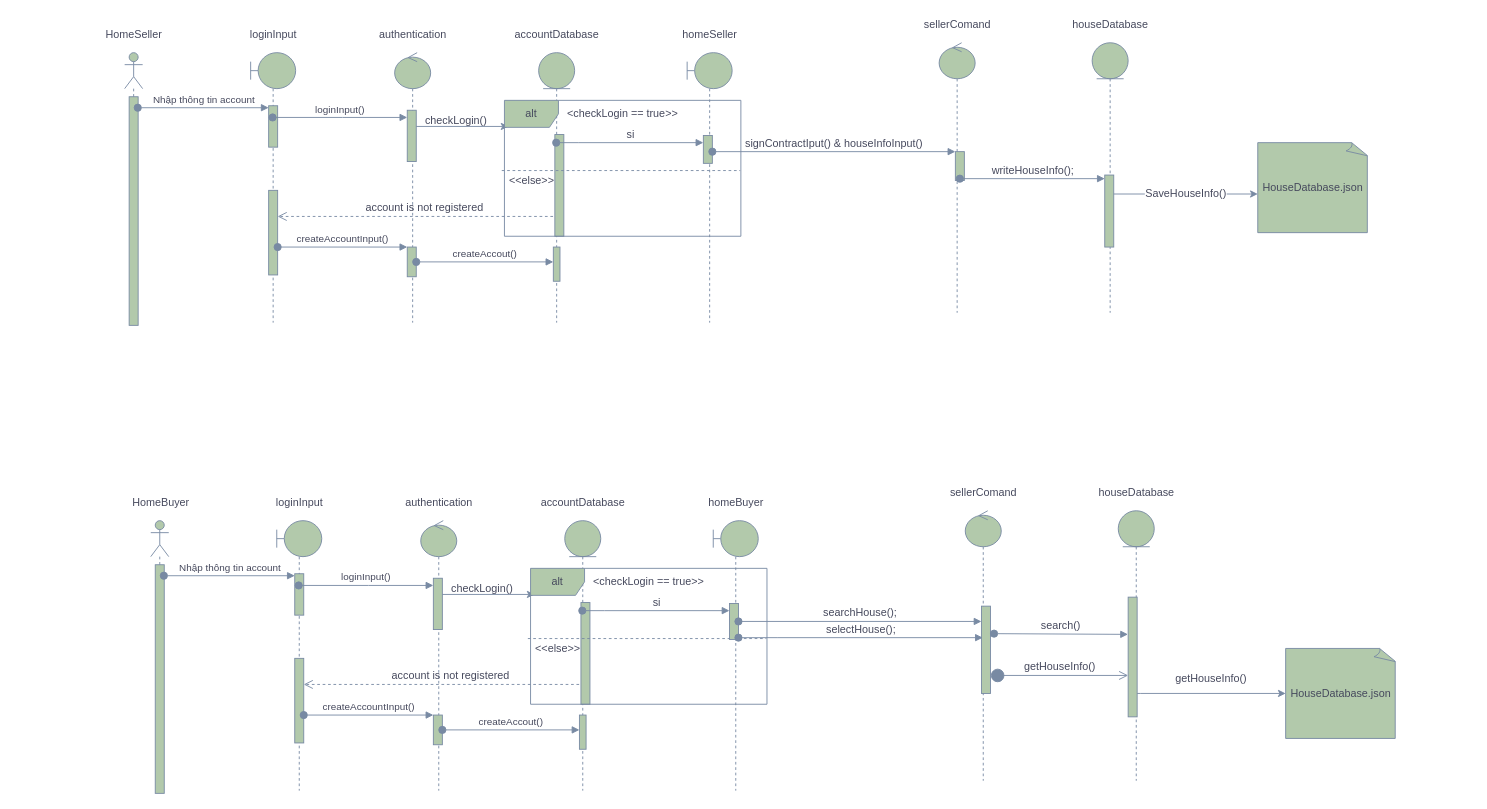
Before: page "Sequence Diagram" (2 of 2) of Class and Sequence Diagrams/Lab1.2.drawio in ChauThanhTam2004110023/ChauThanhTam2004110023-SE_K14DCPM02, a draw.io diagram. Source tidied: cells renumbered, new cells numbered last; positions are measured from the earlier drawing's top-left corner, leaving out a move shared by most shapes. Both pictures are drawn from the tidied source at 90%, with x=0, y=0 at pixel (97, 15).
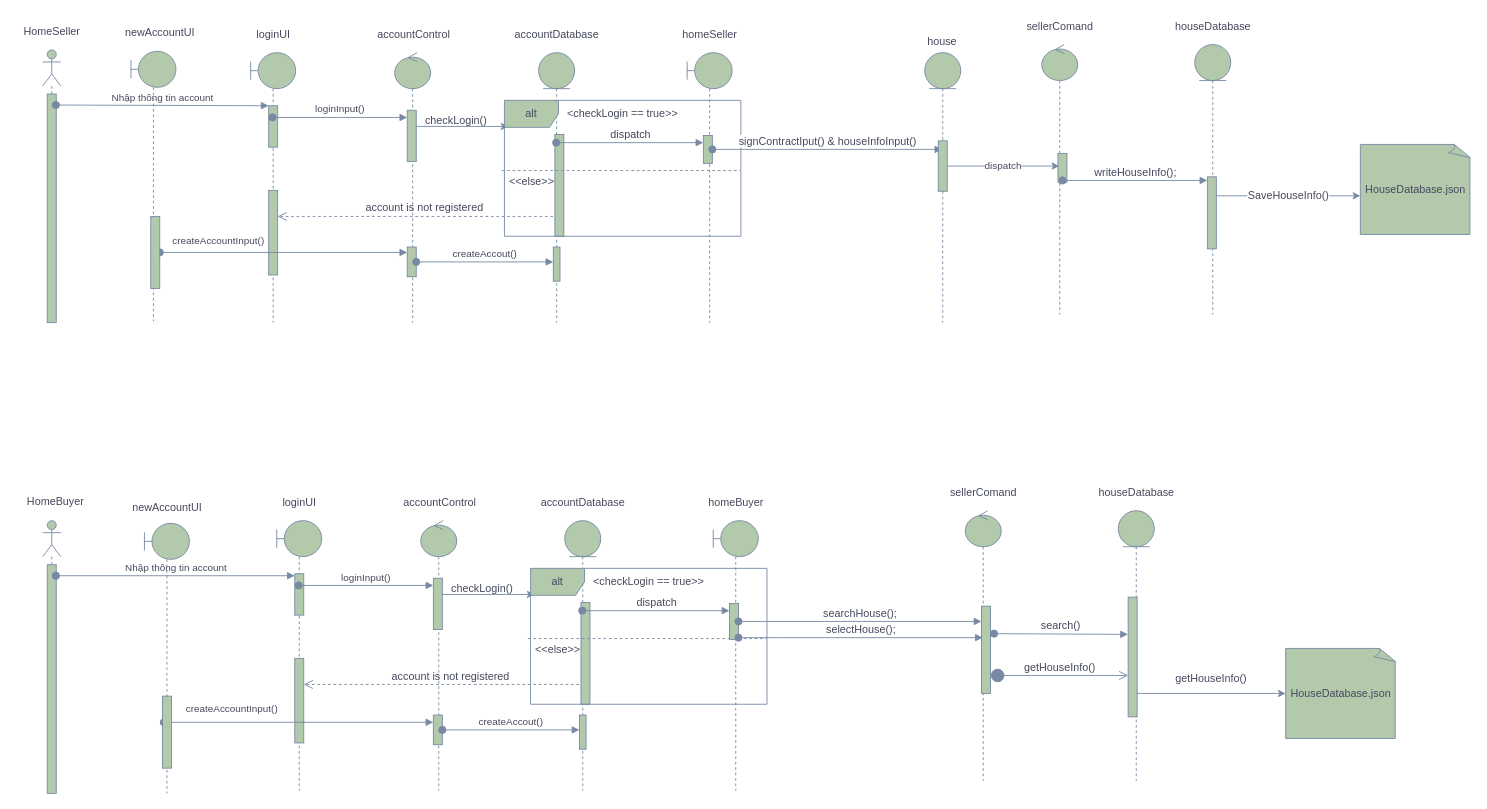
After the change.

The change refers to these unchanged cells:
```xml
<mxCell id="7" style="html=1;points=[];perimeter=orthogonalPerimeter;fillColor=#B2C9AB;strokeColor=#788AA3;fontColor=#46495D;" parent="5" vertex="1">
  <mxGeometry x="20" y="153" width="10" height="94" as="geometry" />
</mxCell>
<mxCell id="11" style="html=1;points=[];perimeter=orthogonalPerimeter;fillColor=#B2C9AB;strokeColor=#788AA3;fontColor=#46495D;" parent="9" vertex="1">
  <mxGeometry x="14" y="216" width="10" height="33" as="geometry" />
</mxCell>
<mxCell id="16" style="html=1;points=[];perimeter=orthogonalPerimeter;fontFamily=Helvetica;fontSize=12;fontColor=#46495D;strokeColor=#788AA3;fillColor=#B2C9AB;" parent="15" vertex="1">
  <mxGeometry x="18" y="121" width="10" height="32" as="geometry" />
</mxCell>
<mxCell id="19" style="html=1;points=[];perimeter=orthogonalPerimeter;fontFamily=Helvetica;fontSize=12;fontColor=#46495D;strokeColor=#788AA3;fillColor=#B2C9AB;" parent="18" vertex="1">
  <mxGeometry x="14" y="147" width="10" height="80" as="geometry" />
</mxCell>
<mxCell id="21" style="shape=umlLifeline;participant=umlEntity;perimeter=lifelinePerimeter;whiteSpace=wrap;html=1;verticalAlign=top;spacingTop=36;outlineConnect=0;fillColor=#B2C9AB;strokeColor=#788AA3;fontColor=#46495D;" parent="1" vertex="1">
  <mxGeometry x="490" y="41" width="40" height="300" as="geometry" />
</mxCell>
<mxCell id="40" style="html=1;points=[];perimeter=orthogonalPerimeter;fontFamily=Helvetica;fontSize=12;fontColor=#46495D;strokeColor=#788AA3;fillColor=#B2C9AB;" parent="37" vertex="1">
  <mxGeometry x="221" y="39" width="10" height="31" as="geometry" />
</mxCell>
<mxCell id="51" style="html=1;points=[];perimeter=orthogonalPerimeter;fillColor=#B2C9AB;strokeColor=#788AA3;fontColor=#46495D;" parent="49" vertex="1">
  <mxGeometry x="20" y="153" width="10" height="94" as="geometry" />
</mxCell>
<mxCell id="55" style="html=1;points=[];perimeter=orthogonalPerimeter;fillColor=#B2C9AB;strokeColor=#788AA3;fontColor=#46495D;" parent="53" vertex="1">
  <mxGeometry x="14" y="216" width="10" height="33" as="geometry" />
</mxCell>
<mxCell id="65" style="shape=umlLifeline;participant=umlEntity;perimeter=lifelinePerimeter;whiteSpace=wrap;html=1;verticalAlign=top;spacingTop=36;outlineConnect=0;fillColor=#B2C9AB;strokeColor=#788AA3;fontColor=#46495D;" parent="1" vertex="1">
  <mxGeometry x="519" y="561" width="40" height="300" as="geometry" />
</mxCell>
<mxCell id="84" style="html=1;points=[];perimeter=orthogonalPerimeter;fontFamily=Helvetica;fontSize=12;fontColor=#46495D;strokeColor=#788AA3;fillColor=#B2C9AB;" parent="81" vertex="1">
  <mxGeometry x="221" y="39" width="10" height="40" as="geometry" />
</mxCell>
```

The edit, as a diff of the source:
```diff
@@
     <mxCell id="2" style="shape=umlLifeline;participant=umlActor;perimeter=lifelinePerimeter;whiteSpace=wrap;html=1;verticalAlign=top;spacingTop=36;fillColor=#B2C9AB;strokeColor=#788AA3;fontColor=#46495D;" parent="1" vertex="1">
-      <mxGeometry x="30" y="41" width="20" height="303" as="geometry" />
+      <mxGeometry x="-61" y="38" width="20" height="303" as="geometry" />
     </mxCell>
@@
     <mxCell id="4" value="HomeSeller" style="text;html=1;align=center;verticalAlign=middle;strokeColor=none;fillColor=none;fontColor=#46495D;" parent="1" vertex="1">
-      <mxGeometry y="11" width="80" height="20" as="geometry" />
+      <mxGeometry x="-91" y="8" width="80" height="20" as="geometry" />
     </mxCell>
@@
-    <mxCell id="8" value="loginInput" style="text;html=1;align=center;verticalAlign=middle;strokeColor=none;fillColor=none;fontColor=#46495D;" parent="1" vertex="1">
-      <mxGeometry x="160" y="11" width="70" height="20" as="geometry" />
+    <mxCell id="8" value="loginUI" style="text;html=1;align=center;verticalAlign=middle;strokeColor=none;fillColor=none;fontColor=#46495D;" parent="1" vertex="1">
+      <mxGeometry x="171" y="12" width="48" height="18" as="geometry" />
     </mxCell>
@@
-    <mxCell id="12" value="authentication" style="text;html=1;align=center;verticalAlign=middle;strokeColor=none;fillColor=none;fontColor=#46495D;" parent="1" vertex="1">
-      <mxGeometry x="305" y="11" width="90" height="20" as="geometry" />
+    <mxCell id="12" value="accountControl" style="text;html=1;align=center;verticalAlign=middle;strokeColor=none;fillColor=none;fontColor=#46495D;" parent="1" vertex="1">
+      <mxGeometry x="305" y="12" width="91" height="18" as="geometry" />
     </mxCell>
@@
     <mxCell id="15" style="shape=umlLifeline;participant=umlControl;perimeter=lifelinePerimeter;whiteSpace=wrap;html=1;verticalAlign=top;spacingTop=36;outlineConnect=0;fillColor=#B2C9AB;strokeColor=#788AA3;fontColor=#46495D;" parent="1" vertex="1">
-      <mxGeometry x="935" y="30" width="40" height="300" as="geometry" />
+      <mxGeometry x="1049" y="32" width="40" height="300" as="geometry" />
     </mxCell>
@@
     <mxCell id="17" value="sellerComand" style="text;html=1;align=center;verticalAlign=middle;strokeColor=none;fillColor=none;fontColor=#46495D;" parent="1" vertex="1">
-      <mxGeometry x="910" width="90" height="20" as="geometry" />
+      <mxGeometry x="1024" y="2" width="90" height="20" as="geometry" />
     </mxCell>
     <mxCell id="18" style="shape=umlLifeline;participant=umlEntity;perimeter=lifelinePerimeter;whiteSpace=wrap;html=1;verticalAlign=top;spacingTop=36;fillColor=#B2C9AB;strokeColor=#788AA3;fontColor=#46495D;" parent="1" vertex="1">
-      <mxGeometry x="1105" y="30" width="40" height="300" as="geometry" />
+      <mxGeometry x="1219" y="32" width="40" height="300" as="geometry" />
     </mxCell>
@@
     <mxCell id="20" value="houseDatabase" style="text;html=1;align=center;verticalAlign=middle;strokeColor=none;fillColor=none;fontColor=#46495D;" parent="1" vertex="1">
-      <mxGeometry x="1075" width="100" height="20" as="geometry" />
+      <mxGeometry x="1189" y="2" width="100" height="20" as="geometry" />
     </mxCell>
@@
-    <mxCell id="30" value="createAccountInput()" style="html=1;verticalAlign=bottom;startArrow=oval;endArrow=block;startSize=8;rounded=0;strokeColor=#788AA3;fontColor=#46495D;" parent="1" edge="1" source="7" target="11">
-      <mxGeometry relative="1" as="geometry" />
+    <mxCell id="30" value="createAccountInput()" style="html=1;verticalAlign=bottom;startArrow=oval;endArrow=block;startSize=8;rounded=0;strokeColor=#788AA3;fontColor=#46495D;" parent="1" edge="1" source="93" target="11">
+      <mxGeometry x="-0.53" y="4" relative="1" as="geometry" />
     </mxCell>
@@
-    <mxCell id="41" value="si" style="html=1;verticalAlign=bottom;startArrow=oval;endArrow=block;startSize=8;rounded=0;fontFamily=Helvetica;fontSize=12;fontColor=#46495D;strokeColor=#788AA3;" parent="1" edge="1" source="21" target="40">
+    <mxCell id="41" value="dispatch" style="html=1;verticalAlign=bottom;startArrow=oval;endArrow=block;startSize=8;rounded=0;fontFamily=Helvetica;fontSize=12;fontColor=#46495D;strokeColor=#788AA3;" parent="1" edge="1" source="21" target="40">
       <mxGeometry relative="1" as="geometry">
         <Array as="points">
           <mxPoint x="534" y="141" />
         </Array>
       </mxGeometry>
     </mxCell>
-    <mxCell id="42" value="signContractIput() &amp;amp; houseInfoInput()" style="html=1;verticalAlign=bottom;startArrow=oval;endArrow=block;startSize=8;rounded=0;fontFamily=Helvetica;fontSize=12;fontColor=#46495D;strokeColor=#788AA3;" parent="1" edge="1" source="40" target="16">
+    <mxCell id="42" value="signContractIput() &amp;amp; houseInfoInput()" style="html=1;verticalAlign=bottom;startArrow=oval;endArrow=block;startSize=8;rounded=0;fontFamily=Helvetica;fontSize=12;fontColor=#46495D;strokeColor=#788AA3;" parent="1" edge="1" source="40" target="95">
       <mxGeometry relative="1" as="geometry" />
     </mxCell>
     <mxCell id="43" value="writeHouseInfo();" style="html=1;verticalAlign=bottom;startArrow=oval;endArrow=block;startSize=8;rounded=0;fontFamily=Helvetica;fontSize=12;fontColor=#46495D;strokeColor=#788AA3;" parent="1" edge="1" target="19">
       <mxGeometry relative="1" as="geometry">
-        <mxPoint x="958" y="181" as="sourcePoint" />
+        <mxPoint x="1072" y="183" as="sourcePoint" />
       </mxGeometry>
     </mxCell>
     <mxCell id="44" value="HouseDatabase.json" style="whiteSpace=wrap;html=1;shape=mxgraph.basic.document;fontFamily=Helvetica;fontSize=12;fontColor=#46495D;strokeColor=#788AA3;fillColor=#B2C9AB;" parent="1" vertex="1">
-      <mxGeometry x="1289" y="141" width="123" height="100" as="geometry" />
+      <mxGeometry x="1403" y="143" width="123" height="100" as="geometry" />
     </mxCell>
@@
     <mxCell id="46" style="shape=umlLifeline;participant=umlActor;perimeter=lifelinePerimeter;whiteSpace=wrap;html=1;verticalAlign=top;spacingTop=36;fillColor=#B2C9AB;strokeColor=#788AA3;fontColor=#46495D;" parent="1" vertex="1">
-      <mxGeometry x="59" y="561" width="20" height="303" as="geometry" />
+      <mxGeometry x="-61" y="561" width="20" height="303" as="geometry" />
     </mxCell>
@@
     <mxCell id="48" value="HomeBuyer" style="text;html=1;align=center;verticalAlign=middle;strokeColor=none;fillColor=none;fontColor=#46495D;" parent="1" vertex="1">
-      <mxGeometry x="33" y="532" width="73" height="18" as="geometry" />
+      <mxGeometry x="-84" y="531" width="73" height="18" as="geometry" />
     </mxCell>
@@
-    <mxCell id="52" value="loginInput" style="text;html=1;align=center;verticalAlign=middle;strokeColor=none;fillColor=none;fontColor=#46495D;" parent="1" vertex="1">
-      <mxGeometry x="189" y="531" width="70" height="20" as="geometry" />
+    <mxCell id="52" value="loginUI" style="text;html=1;align=center;verticalAlign=middle;strokeColor=none;fillColor=none;fontColor=#46495D;" parent="1" vertex="1">
+      <mxGeometry x="200" y="532" width="48" height="18" as="geometry" />
     </mxCell>
@@
-    <mxCell id="56" value="authentication" style="text;html=1;align=center;verticalAlign=middle;strokeColor=none;fillColor=none;fontColor=#46495D;" parent="1" vertex="1">
-      <mxGeometry x="334" y="531" width="90" height="20" as="geometry" />
+    <mxCell id="56" value="accountControl" style="text;html=1;align=center;verticalAlign=middle;strokeColor=none;fillColor=none;fontColor=#46495D;" parent="1" vertex="1">
+      <mxGeometry x="334" y="532" width="91" height="18" as="geometry" />
     </mxCell>
@@
-    <mxCell id="74" value="createAccountInput()" style="html=1;verticalAlign=bottom;startArrow=oval;endArrow=block;startSize=8;rounded=0;strokeColor=#788AA3;fontColor=#46495D;" parent="1" edge="1" source="51" target="55">
-      <mxGeometry relative="1" as="geometry" />
+    <mxCell id="74" value="createAccountInput()" style="html=1;verticalAlign=bottom;startArrow=oval;endArrow=block;startSize=8;rounded=0;strokeColor=#788AA3;fontColor=#46495D;exitX=0.16;exitY=0.363;exitDx=0;exitDy=0;exitPerimeter=0;" parent="1" edge="1" source="100" target="55">
+      <mxGeometry x="-0.5" y="6" relative="1" as="geometry" />
     </mxCell>
@@
-    <mxCell id="85" value="si" style="html=1;verticalAlign=bottom;startArrow=oval;endArrow=block;startSize=8;rounded=0;fontFamily=Helvetica;fontSize=12;fontColor=#46495D;strokeColor=#788AA3;" parent="1" edge="1" source="65" target="84">
+    <mxCell id="85" value="dispatch" style="html=1;verticalAlign=bottom;startArrow=oval;endArrow=block;startSize=8;rounded=0;fontFamily=Helvetica;fontSize=12;fontColor=#46495D;strokeColor=#788AA3;" parent="1" edge="1" source="65" target="84">
       <mxGeometry relative="1" as="geometry">
         <Array as="points">
           <mxPoint x="563" y="661" />
         </Array>
       </mxGeometry>
     </mxCell>
@@
+    <mxCell id="92" style="shape=umlLifeline;participant=umlBoundary;perimeter=lifelinePerimeter;whiteSpace=wrap;html=1;verticalAlign=top;spacingTop=36;rounded=0;sketch=0;fontColor=#46495D;strokeColor=#788AA3;fillColor=#B2C9AB;" parent="1" vertex="1">
+      <mxGeometry x="37" y="39.5" width="50" height="300" as="geometry" />
+    </mxCell>
+    <mxCell id="93" style="html=1;points=[];perimeter=orthogonalPerimeter;rounded=0;sketch=0;fontColor=#46495D;strokeColor=#788AA3;fillColor=#B2C9AB;" parent="92" vertex="1">
+      <mxGeometry x="22" y="183.5" width="10" height="80" as="geometry" />
+    </mxCell>
+    <mxCell id="94" value="newAccountUI" style="text;html=1;align=center;verticalAlign=middle;strokeColor=none;fillColor=none;fontColor=#46495D;" parent="1" vertex="1">
+      <mxGeometry x="25" y="10" width="88" height="18" as="geometry" />
+    </mxCell>
+    <mxCell id="95" style="shape=umlLifeline;participant=umlEntity;perimeter=lifelinePerimeter;whiteSpace=wrap;html=1;verticalAlign=top;spacingTop=36;outlineConnect=0;rounded=0;sketch=0;fontColor=#46495D;strokeColor=#788AA3;fillColor=#B2C9AB;" parent="1" vertex="1">
+      <mxGeometry x="919" y="41" width="40" height="300" as="geometry" />
+    </mxCell>
+    <mxCell id="96" style="html=1;points=[];perimeter=orthogonalPerimeter;rounded=0;sketch=0;fontColor=#46495D;strokeColor=#788AA3;fillColor=#B2C9AB;" parent="95" vertex="1">
+      <mxGeometry x="15" y="98" width="10" height="56" as="geometry" />
+    </mxCell>
+    <mxCell id="97" value="house" style="text;html=1;align=center;verticalAlign=middle;strokeColor=none;fillColor=none;fontColor=#46495D;" parent="1" vertex="1">
+      <mxGeometry x="916" y="20" width="43" height="18" as="geometry" />
+    </mxCell>
+    <mxCell id="98" value="dispatch" style="rounded=1;sketch=0;jettySize=auto;html=1;fontColor=#46495D;strokeColor=#788AA3;fillColor=#B2C9AB;" parent="1" edge="1" source="96" target="15">
+      <mxGeometry relative="1" as="geometry" />
+    </mxCell>
+    <mxCell id="99" style="shape=umlLifeline;participant=umlBoundary;perimeter=lifelinePerimeter;whiteSpace=wrap;html=1;verticalAlign=top;spacingTop=36;rounded=0;sketch=0;fontColor=#46495D;strokeColor=#788AA3;fillColor=#B2C9AB;" parent="1" vertex="1">
+      <mxGeometry x="52" y="564" width="50" height="300" as="geometry" />
+    </mxCell>
+    <mxCell id="100" style="html=1;points=[];perimeter=orthogonalPerimeter;rounded=0;sketch=0;fontColor=#46495D;strokeColor=#788AA3;fillColor=#B2C9AB;" parent="99" vertex="1">
+      <mxGeometry x="20" y="192" width="10" height="80" as="geometry" />
+    </mxCell>
+    <mxCell id="101" value="newAccountUI" style="text;html=1;align=center;verticalAlign=middle;strokeColor=none;fillColor=none;fontColor=#46495D;" parent="1" vertex="1">
+      <mxGeometry x="33" y="538" width="88" height="18" as="geometry" />
+    </mxCell>
```
